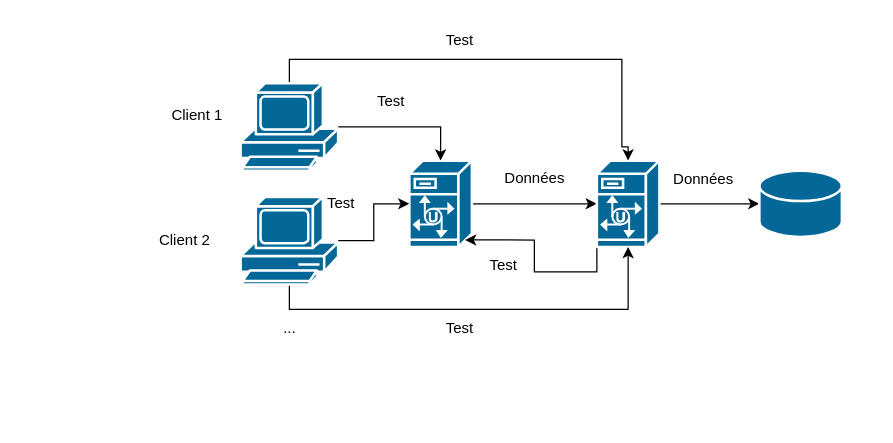
Abousidikou/BooksApi keeps this draw.io diagram as Serveur.drawio. Above is the earlier version. Source tidied: cells renumbered, new cells numbered last; positions are measured from the earlier drawing's top-left corner, leaving out a move shared by most shapes. Both pictures are drawn from the tidied source at 125%, with x=0, y=0 at pixel (146, 21).
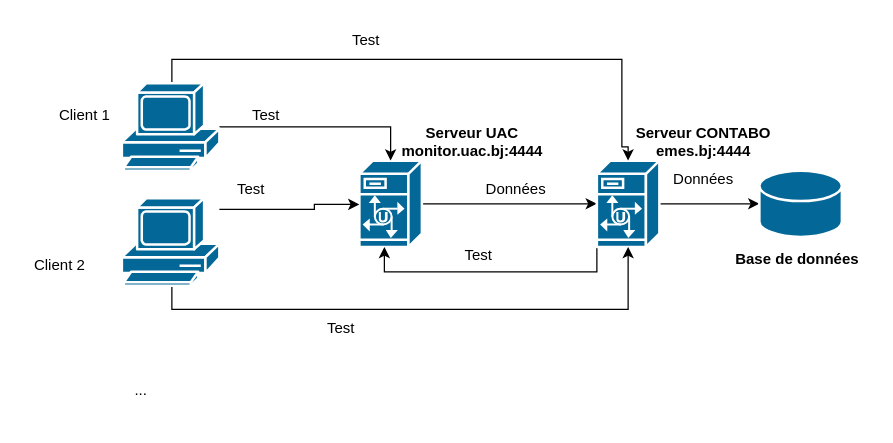
The same page after the edit.

The change refers to these unchanged cells:
```xml
<mxCell id="6" style="shape=mxgraph.cisco.servers.unity_server;sketch=0;html=1;dashed=0;fillColor=#036897;strokeColor=#ffffff;strokeWidth=2;verticalLabelPosition=bottom;verticalAlign=top;align=center;outlineConnect=0;" parent="1" vertex="1">
  <mxGeometry x="360" y="111" width="50" height="69" as="geometry" />
</mxCell>
```

What changed in the source:
```diff
@@
     <mxCell id="3" style="shape=mxgraph.cisco.servers.unity_server;sketch=0;html=1;dashed=0;fillColor=#036897;strokeColor=#ffffff;strokeWidth=2;verticalLabelPosition=bottom;verticalAlign=top;align=center;outlineConnect=0;" parent="1" vertex="1">
-      <mxGeometry x="210" y="111" width="50" height="69" as="geometry" />
+      <mxGeometry x="170" y="111" width="50" height="69" as="geometry" />
     </mxCell>
@@
-    <mxCell id="5" style="edgeStyle=orthogonalEdgeStyle;rounded=0;jettySize=auto;html=1;exitX=0;exitY=1;exitDx=0;exitDy=0;exitPerimeter=0;entryX=0.89;entryY=0.92;entryDx=0;entryDy=0;entryPerimeter=0;" parent="1" edge="1" source="6" target="3">
+    <mxCell id="5" style="edgeStyle=orthogonalEdgeStyle;rounded=0;jettySize=auto;html=1;exitX=0;exitY=1;exitDx=0;exitDy=0;exitPerimeter=0;entryX=0.4;entryY=1;entryDx=0;entryDy=0;entryPerimeter=0;" parent="1" edge="1" source="6" target="3">
       <mxGeometry relative="1" as="geometry">
         <Array as="points">
           <mxPoint x="360" y="200" />
-          <mxPoint x="310" y="200" />
-          <mxPoint x="310" y="175" />
+          <mxPoint x="190" y="200" />
         </Array>
       </mxGeometry>
     </mxCell>
@@
     <mxCell id="7" style="edgeStyle=orthogonalEdgeStyle;rounded=0;jettySize=auto;html=1;" parent="1" edge="1" source="9" target="3">
-      <mxGeometry relative="1" as="geometry" />
+      <mxGeometry relative="1" as="geometry">
+        <Array as="points">
+          <mxPoint x="134" y="150" />
+          <mxPoint x="134" y="146" />
+        </Array>
+      </mxGeometry>
     </mxCell>
     <mxCell id="8" style="edgeStyle=orthogonalEdgeStyle;rounded=0;jettySize=auto;html=1;exitX=0.5;exitY=1;exitDx=0;exitDy=0;exitPerimeter=0;" parent="1" edge="1" source="9" target="6">
       <mxGeometry relative="1" as="geometry">
         <Array as="points">
-          <mxPoint x="114" y="230" />
+          <mxPoint x="20" y="211" />
+          <mxPoint x="20" y="230" />
           <mxPoint x="385" y="230" />
         </Array>
       </mxGeometry>
     </mxCell>
     <mxCell id="9" style="shape=mxgraph.cisco.computers_and_peripherals.pc;sketch=0;html=1;dashed=0;fillColor=#036897;strokeColor=#ffffff;strokeWidth=2;verticalLabelPosition=bottom;verticalAlign=top;align=center;outlineConnect=0;" parent="1" vertex="1">
-      <mxGeometry x="75" y="140" width="78" height="70" as="geometry" />
+      <mxGeometry x="-20" y="141" width="78" height="70" as="geometry" />
     </mxCell>
     <mxCell id="10" value="Client 1" style="text;html=1;align=center;verticalAlign=middle;strokeColor=none;fillColor=none;" parent="1" vertex="1">
-      <mxGeometry x="10" y="60" width="60" height="30" as="geometry" />
+      <mxGeometry x="-80" y="60" width="60" height="30" as="geometry" />
     </mxCell>
@@
     <mxCell id="12" style="edgeStyle=orthogonalEdgeStyle;rounded=0;jettySize=auto;html=1;entryX=0.5;entryY=0;entryDx=0;entryDy=0;entryPerimeter=0;" parent="1" edge="1" source="13" target="6">
       <mxGeometry relative="1" as="geometry">
         <Array as="points">
-          <mxPoint x="114" y="30" />
+          <mxPoint x="20" y="30" />
           <mxPoint x="380" y="30" />
           <mxPoint x="380" y="100" />
           <mxPoint x="385" y="100" />
         </Array>
       </mxGeometry>
     </mxCell>
     <mxCell id="13" style="shape=mxgraph.cisco.computers_and_peripherals.pc;sketch=0;html=1;dashed=0;fillColor=#036897;strokeColor=#ffffff;strokeWidth=2;verticalLabelPosition=bottom;verticalAlign=top;align=center;outlineConnect=0;" parent="1" vertex="1">
-      <mxGeometry x="75" y="49" width="78" height="70" as="geometry" />
+      <mxGeometry x="-20" y="49" width="78" height="70" as="geometry" />
     </mxCell>
     <mxCell id="14" value="Client 2" style="text;html=1;align=center;verticalAlign=middle;strokeColor=none;fillColor=none;" parent="1" vertex="1">
-      <mxGeometry y="160" width="60" height="30" as="geometry" />
+      <mxGeometry x="-100" y="180" width="60" height="30" as="geometry" />
     </mxCell>
     <mxCell id="15" value="&lt;blockquote&gt;&lt;blockquote&gt;...&lt;/blockquote&gt;&lt;/blockquote&gt;" style="text;html=1;align=center;verticalAlign=middle;strokeColor=none;fillColor=none;" parent="1" vertex="1">
-      <mxGeometry x="19" y="220" width="190" height="50" as="geometry" />
+      <mxGeometry x="-100" y="270" width="190" height="50" as="geometry" />
     </mxCell>
@@
     <mxCell id="17" value="Test" style="text;html=1;align=center;verticalAlign=middle;strokeColor=none;fillColor=none;" parent="1" vertex="1">
-      <mxGeometry x="225" width="50" height="30" as="geometry" />
+      <mxGeometry x="150" width="50" height="30" as="geometry" />
     </mxCell>
     <mxCell id="18" value="Test" style="text;html=1;align=center;verticalAlign=middle;strokeColor=none;fillColor=none;" parent="1" vertex="1">
-      <mxGeometry x="225" y="230" width="50" height="30" as="geometry" />
+      <mxGeometry x="130" y="230" width="50" height="30" as="geometry" />
     </mxCell>
     <mxCell id="19" value="Test" style="text;html=1;align=center;verticalAlign=middle;strokeColor=none;fillColor=none;" parent="1" vertex="1">
-      <mxGeometry x="170" y="49" width="50" height="30" as="geometry" />
+      <mxGeometry x="70" y="60" width="50" height="30" as="geometry" />
     </mxCell>
     <mxCell id="20" value="Test" style="text;html=1;align=center;verticalAlign=middle;strokeColor=none;fillColor=none;" parent="1" vertex="1">
-      <mxGeometry x="130" y="130" width="50" height="30" as="geometry" />
+      <mxGeometry x="58" y="119" width="50" height="30" as="geometry" />
     </mxCell>
@@
     <mxCell id="22" value="Données" style="text;html=1;align=center;verticalAlign=middle;strokeColor=none;fillColor=none;" parent="1" vertex="1">
-      <mxGeometry x="275" y="110" width="70" height="30" as="geometry" />
+      <mxGeometry x="260" y="119" width="70" height="30" as="geometry" />
     </mxCell>
     <mxCell id="23" value="Test" style="text;html=1;align=center;verticalAlign=middle;strokeColor=none;fillColor=none;" parent="1" vertex="1">
-      <mxGeometry x="260" y="180" width="50" height="30" as="geometry" />
+      <mxGeometry x="240" y="172" width="50" height="30" as="geometry" />
     </mxCell>
+    <mxCell id="24" value="&lt;b&gt;Base de données&lt;/b&gt;" style="text;html=1;align=center;verticalAlign=middle;strokeColor=none;fillColor=none;" parent="1" vertex="1">
+      <mxGeometry x="460" y="175" width="120" height="30" as="geometry" />
+    </mxCell>
+    <mxCell id="25" value="&lt;div&gt;&lt;b&gt;Serveur UAC&lt;br&gt;&lt;/b&gt;&lt;/div&gt;&lt;div&gt;&lt;b&gt;monitor.uac.bj:4444&lt;br&gt;&lt;/b&gt;&lt;/div&gt;" style="text;html=1;align=center;verticalAlign=middle;strokeColor=none;fillColor=none;" parent="1" vertex="1">
+      <mxGeometry x="190" y="76" width="140" height="40" as="geometry" />
+    </mxCell>
+    <mxCell id="26" value="&lt;div&gt;&lt;b&gt;Serveur CONTABO&lt;br&gt;&lt;/b&gt;&lt;/div&gt;&lt;div&gt;&lt;b&gt;emes.bj:4444&lt;br&gt;&lt;/b&gt;&lt;/div&gt;" style="text;html=1;align=center;verticalAlign=middle;strokeColor=none;fillColor=none;" parent="1" vertex="1">
+      <mxGeometry x="380" y="76" width="130" height="40" as="geometry" />
+    </mxCell>
```
